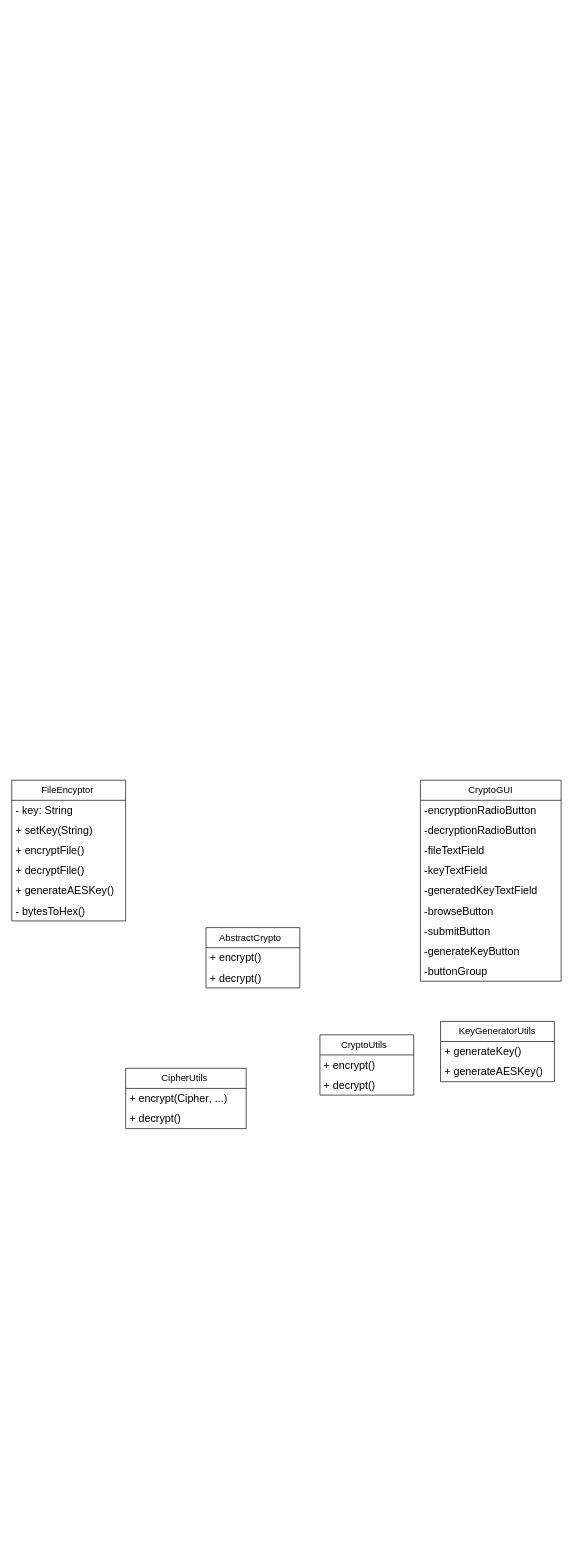
Before: Диаграмма без названия.drawio in 8u66le/Kursovaya_Crypto, a draw.io diagram. Source tidied: cells renumbered, new cells numbered last; positions are measured from the earlier drawing's top-left corner, leaving out a move shared by most shapes. Both pictures are drawn from the tidied source at 67%, with x=0, y=0 at pixel (11, 780).
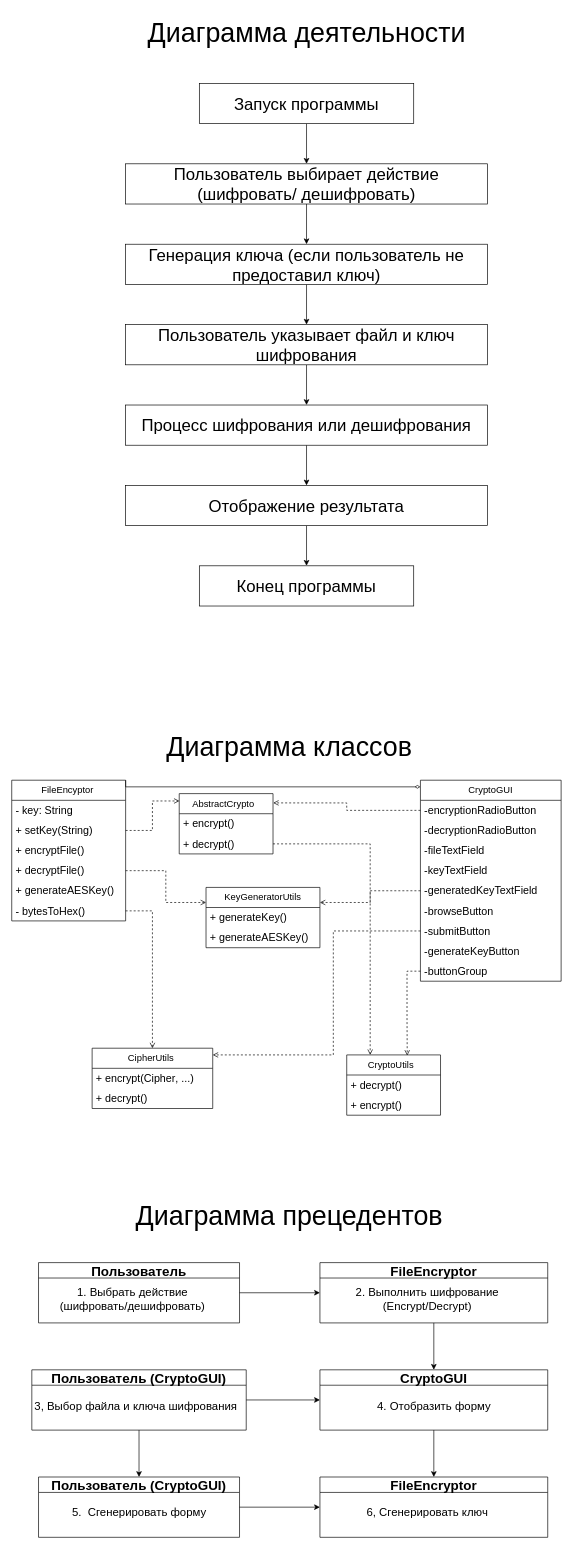
The same page after the edit.

Unchanged cells that the change refers to:
```xml
<mxCell id="2" value="&lt;font style=&quot;font-size: 14px;&quot;&gt;FileEncyptor&lt;/font&gt;" style="swimlane;fontStyle=0;horizontal=1;startSize=30;whiteSpace=wrap;html=1;spacingRight=3;" parent="1" vertex="1">
  <mxGeometry width="170" height="210" as="geometry" />
</mxCell>
<mxCell id="4" value="&lt;font style=&quot;font-size: 16px;&quot;&gt;+ &lt;span style=&quot;line-height: 106%; font-family: Calibri, sans-serif;&quot; lang=&quot;EN-US&quot;&gt;setKey&lt;/span&gt;&lt;span style=&quot;font-family: Calibri, sans-serif;&quot;&gt;(&lt;/span&gt;&lt;span style=&quot;line-height: 106%; font-family: Calibri, sans-serif;&quot; lang=&quot;EN-US&quot;&gt;String&lt;/span&gt;&lt;span style=&quot;font-family: Calibri, sans-serif;&quot;&gt;)&amp;nbsp;&amp;nbsp;&lt;/span&gt;&lt;/font&gt;" style="text;strokeColor=none;fillColor=none;align=left;verticalAlign=middle;spacingLeft=4;spacingRight=4;overflow=hidden;points=[[0,0.5],[1,0.5]];portConstraint=eastwest;whiteSpace=wrap;html=1;" parent="2" vertex="1">
  <mxGeometry y="60" width="170" height="30" as="geometry" />
</mxCell>
<mxCell id="6" value="&lt;font style=&quot;font-size: 16px;&quot;&gt;+ &lt;span style=&quot;line-height: 106%; font-family: Calibri, sans-serif;&quot; lang=&quot;EN-US&quot;&gt;decryptFile&lt;/span&gt;&lt;span style=&quot;font-family: Calibri, sans-serif;&quot;&gt;()&amp;nbsp; &amp;nbsp;&lt;/span&gt;&lt;/font&gt;" style="text;strokeColor=none;fillColor=none;align=left;verticalAlign=middle;spacingLeft=4;spacingRight=4;overflow=hidden;points=[[0,0.5],[1,0.5]];portConstraint=eastwest;whiteSpace=wrap;html=1;" parent="2" vertex="1">
  <mxGeometry y="120" width="170" height="30" as="geometry" />
</mxCell>
<mxCell id="8" value="&lt;font style=&quot;font-size: 16px;&quot;&gt;- &lt;span style=&quot;line-height: 106%; font-family: Calibri, sans-serif;&quot; lang=&quot;EN-US&quot;&gt;bytesToHex&lt;/span&gt;&lt;span style=&quot;font-family: Calibri, sans-serif;&quot;&gt;()&lt;/span&gt;&lt;/font&gt;" style="text;strokeColor=none;fillColor=none;align=left;verticalAlign=middle;spacingLeft=4;spacingRight=4;overflow=hidden;points=[[0,0.5],[1,0.5]];portConstraint=eastwest;whiteSpace=wrap;html=1;" parent="2" vertex="1">
  <mxGeometry y="180" width="170" height="30" as="geometry" />
</mxCell>
<mxCell id="15" value="&lt;font style=&quot;font-size: 14px;&quot;&gt;CryptoGUI&lt;/font&gt;" style="swimlane;fontStyle=0;horizontal=1;startSize=30;whiteSpace=wrap;html=1;" parent="1" vertex="1">
  <mxGeometry x="610" width="210" height="300" as="geometry" />
</mxCell>
<mxCell id="16" value="&lt;font style=&quot;font-size: 16px;&quot;&gt;-encryptionRadioButton&lt;/font&gt;" style="text;strokeColor=none;fillColor=none;align=left;verticalAlign=middle;spacingLeft=4;spacingRight=4;overflow=hidden;points=[[0,0.5],[1,0.5]];portConstraint=eastwest;whiteSpace=wrap;html=1;" parent="15" vertex="1">
  <mxGeometry y="30" width="210" height="30" as="geometry" />
</mxCell>
<mxCell id="20" value="&lt;font style=&quot;font-size: 16px;&quot;&gt;-generatedKeyTextField&lt;/font&gt;" style="text;strokeColor=none;fillColor=none;align=left;verticalAlign=middle;spacingLeft=4;spacingRight=4;overflow=hidden;points=[[0,0.5],[1,0.5]];portConstraint=eastwest;whiteSpace=wrap;html=1;" parent="15" vertex="1">
  <mxGeometry y="150" width="210" height="30" as="geometry" />
</mxCell>
<mxCell id="22" value="&lt;font style=&quot;font-size: 16px;&quot;&gt;-submitButton&lt;span style=&quot;line-height: 106%; font-family: Calibri, sans-serif;&quot;&gt;&amp;nbsp; &amp;nbsp; &amp;nbsp; &amp;nbsp; &amp;nbsp;&lt;/span&gt;&lt;/font&gt;" style="text;strokeColor=none;fillColor=none;align=left;verticalAlign=middle;spacingLeft=4;spacingRight=4;overflow=hidden;points=[[0,0.5],[1,0.5]];portConstraint=eastwest;whiteSpace=wrap;html=1;" parent="15" vertex="1">
  <mxGeometry y="210" width="210" height="30" as="geometry" />
</mxCell>
<mxCell id="24" value="&lt;font style=&quot;font-size: 16px;&quot;&gt;-buttonGroup&lt;span style=&quot;line-height: 106%; font-family: Calibri, sans-serif;&quot;&gt;&amp;nbsp; &amp;nbsp; &amp;nbsp; &amp;nbsp; &amp;nbsp;&amp;nbsp;&lt;/span&gt;&lt;/font&gt;" style="text;strokeColor=none;fillColor=none;align=left;verticalAlign=middle;spacingLeft=4;spacingRight=4;overflow=hidden;points=[[0,0.5],[1,0.5]];portConstraint=eastwest;whiteSpace=wrap;html=1;" parent="15" vertex="1">
  <mxGeometry y="270" width="210" height="30" as="geometry" />
</mxCell>
<mxCell id="27" value="&lt;font style=&quot;font-size: 16px;&quot;&gt;+ decrypt()&lt;/font&gt;" style="text;strokeColor=none;fillColor=none;align=left;verticalAlign=middle;spacingLeft=4;spacingRight=4;overflow=hidden;points=[[0,0.5],[1,0.5]];portConstraint=eastwest;whiteSpace=wrap;html=1;" parent="25" vertex="1">
  <mxGeometry y="60" width="140" height="30" as="geometry" />
</mxCell>
```

Change to the diagram source:
```diff
@@
     <mxCell id="9" value="&lt;font style=&quot;font-size: 14px;&quot;&gt;KeyGeneratorUtils   &lt;/font&gt;" style="swimlane;fontStyle=0;horizontal=1;startSize=30;whiteSpace=wrap;html=1;" parent="1" vertex="1">
-      <mxGeometry x="640" y="360" width="170" height="90" as="geometry" />
+      <mxGeometry x="290" y="160" width="170" height="90" as="geometry" />
     </mxCell>
@@
     <mxCell id="12" value="&lt;font style=&quot;font-size: 14px;&quot;&gt;CryptoUtils&amp;nbsp;&amp;nbsp;&lt;/font&gt;" style="swimlane;fontStyle=0;horizontal=1;startSize=30;whiteSpace=wrap;html=1;" parent="1" vertex="1">
-      <mxGeometry x="460" y="380" width="140" height="90" as="geometry" />
+      <mxGeometry x="500" y="410" width="140" height="90" as="geometry" />
     </mxCell>
+    <mxCell id="14" value="&lt;font style=&quot;font-size: 16px;&quot;&gt;+ decrypt()&lt;/font&gt;" style="text;strokeColor=none;fillColor=none;align=left;verticalAlign=middle;spacingLeft=4;spacingRight=4;overflow=hidden;whiteSpace=wrap;html=1;" parent="12" vertex="1">
+      <mxGeometry y="30" width="140" height="30" as="geometry" />
+    </mxCell>
     <mxCell id="13" value="&lt;font style=&quot;font-size: 16px;&quot;&gt;+&amp;nbsp;encrypt()&lt;/font&gt;" style="text;strokeColor=none;fillColor=none;align=left;verticalAlign=middle;spacingLeft=4;spacingRight=4;overflow=hidden;whiteSpace=wrap;html=1;" parent="12" vertex="1">
-      <mxGeometry y="30" width="140" height="30" as="geometry" />
+      <mxGeometry y="60" width="140" height="30" as="geometry" />
     </mxCell>
-    <mxCell id="14" value="&lt;font style=&quot;font-size: 16px;&quot;&gt;+ decrypt()&lt;/font&gt;" style="text;strokeColor=none;fillColor=none;align=left;verticalAlign=middle;spacingLeft=4;spacingRight=4;overflow=hidden;whiteSpace=wrap;html=1;" parent="12" vertex="1">
-      <mxGeometry y="60" width="140" height="30" as="geometry" />
-    </mxCell>
@@
     <mxCell id="25" value="&lt;font style=&quot;font-size: 14px;&quot;&gt;AbstractCrypto&amp;nbsp;&amp;nbsp;&lt;/font&gt;" style="swimlane;fontStyle=0;horizontal=1;startSize=30;whiteSpace=wrap;html=1;" parent="1" vertex="1">
-      <mxGeometry x="290" y="220" width="140" height="90" as="geometry" />
+      <mxGeometry x="250" y="20" width="140" height="90" as="geometry" />
     </mxCell>
@@
     <mxCell id="28" value="&lt;font style=&quot;font-size: 14px;&quot;&gt;CipherUtils&lt;span style=&quot;line-height: 106%; font-family: Calibri, sans-serif;&quot;&gt;&amp;nbsp;&lt;/span&gt;&lt;/font&gt;" style="swimlane;fontStyle=0;horizontal=1;startSize=30;whiteSpace=wrap;html=1;" parent="1" vertex="1">
-      <mxGeometry x="170" y="430" width="180" height="90" as="geometry" />
+      <mxGeometry x="120" y="400" width="180" height="90" as="geometry" />
     </mxCell>
@@
+    <mxCell id="31" style="edgeStyle=orthogonalEdgeStyle;rounded=0;jettySize=auto;html=1;exitX=1;exitY=0.5;exitDx=0;exitDy=0;entryX=0;entryY=0.25;entryDx=0;entryDy=0;dashed=1;endArrow=open;endFill=0;" parent="1" edge="1" source="6" target="9">
+      <mxGeometry relative="1" as="geometry" />
+    </mxCell>
+    <mxCell id="32" style="edgeStyle=orthogonalEdgeStyle;rounded=0;jettySize=auto;html=1;exitX=1;exitY=0.5;exitDx=0;exitDy=0;entryX=0.002;entryY=0.122;entryDx=0;entryDy=0;entryPerimeter=0;dashed=1;endArrow=open;endFill=0;" parent="1" edge="1" source="4" target="25">
+      <mxGeometry relative="1" as="geometry" />
+    </mxCell>
+    <mxCell id="33" style="edgeStyle=orthogonalEdgeStyle;rounded=0;jettySize=auto;html=1;exitX=0;exitY=0.5;exitDx=0;exitDy=0;entryX=1.002;entryY=0.154;entryDx=0;entryDy=0;entryPerimeter=0;dashed=1;endArrow=open;endFill=0;" parent="1" edge="1" source="16" target="25">
+      <mxGeometry relative="1" as="geometry" />
+    </mxCell>
+    <mxCell id="34" style="edgeStyle=orthogonalEdgeStyle;rounded=0;jettySize=auto;html=1;exitX=0;exitY=0.5;exitDx=0;exitDy=0;entryX=1;entryY=0.111;entryDx=0;entryDy=0;entryPerimeter=0;dashed=1;endArrow=open;endFill=0;" parent="1" edge="1" source="22" target="28">
+      <mxGeometry relative="1" as="geometry">
+        <Array as="points">
+          <mxPoint x="480" y="225" />
+          <mxPoint x="480" y="410" />
+        </Array>
+      </mxGeometry>
+    </mxCell>
+    <mxCell id="35" style="edgeStyle=orthogonalEdgeStyle;rounded=0;jettySize=auto;html=1;exitX=1;exitY=0.5;exitDx=0;exitDy=0;entryX=0.5;entryY=0;entryDx=0;entryDy=0;endArrow=open;endFill=0;dashed=1;" parent="1" edge="1" source="8" target="28">
+      <mxGeometry relative="1" as="geometry" />
+    </mxCell>
+    <mxCell id="36" style="edgeStyle=orthogonalEdgeStyle;rounded=0;jettySize=auto;html=1;exitX=0;exitY=0.5;exitDx=0;exitDy=0;entryX=0.645;entryY=0.011;entryDx=0;entryDy=0;entryPerimeter=0;endArrow=open;endFill=0;dashed=1;" parent="1" edge="1" source="24" target="12">
+      <mxGeometry relative="1" as="geometry" />
+    </mxCell>
+    <mxCell id="37" style="edgeStyle=orthogonalEdgeStyle;rounded=0;jettySize=auto;html=1;exitX=1;exitY=0.5;exitDx=0;exitDy=0;entryX=0.25;entryY=0;entryDx=0;entryDy=0;endArrow=open;endFill=0;dashed=1;" parent="1" edge="1" source="27" target="12">
+      <mxGeometry relative="1" as="geometry" />
+    </mxCell>
+    <mxCell id="38" style="edgeStyle=orthogonalEdgeStyle;rounded=0;jettySize=auto;html=1;exitX=0;exitY=0.5;exitDx=0;exitDy=0;entryX=1;entryY=0.25;entryDx=0;entryDy=0;endArrow=open;endFill=0;dashed=1;" parent="1" edge="1" source="20" target="9">
+      <mxGeometry relative="1" as="geometry" />
+    </mxCell>
+    <mxCell id="39" style="edgeStyle=orthogonalEdgeStyle;rounded=0;jettySize=auto;html=1;exitX=1;exitY=0;exitDx=0;exitDy=0;entryX=0;entryY=0.033;entryDx=0;entryDy=0;entryPerimeter=0;endArrow=diamondThin;endFill=0;" parent="1" edge="1" source="2" target="15">
+      <mxGeometry relative="1" as="geometry">
+        <Array as="points">
+          <mxPoint x="170" y="10" />
+        </Array>
+      </mxGeometry>
+    </mxCell>
+    <mxCell id="40" value="&lt;font style=&quot;font-size: 40px;&quot;&gt;Диаграмма классов&lt;/font&gt;" style="text;html=1;align=center;verticalAlign=middle;strokeColor=none;fillColor=none;" parent="1" vertex="1">
+      <mxGeometry x="219" y="-80" width="390" height="60" as="geometry" />
+    </mxCell>
+    <mxCell id="41" value="&lt;font style=&quot;font-size: 40px;&quot;&gt;Диаграмма деятельности&lt;/font&gt;" style="text;html=1;align=center;verticalAlign=middle;strokeColor=none;fillColor=none;" parent="1" vertex="1">
+      <mxGeometry x="190" y="-1147" width="500" height="60" as="geometry" />
+    </mxCell>
+    <mxCell id="42" style="edgeStyle=orthogonalEdgeStyle;rounded=0;jettySize=auto;html=1;exitX=0.5;exitY=1;exitDx=0;exitDy=0;entryX=0.5;entryY=0;entryDx=0;entryDy=0;" parent="1" edge="1" source="43" target="45">
+      <mxGeometry relative="1" as="geometry" />
+    </mxCell>
+    <mxCell id="43" value="&lt;font style=&quot;font-size: 25px;&quot;&gt;Запуск программы&lt;/font&gt;" style="rounded=0;whiteSpace=wrap;html=1;" parent="1" vertex="1">
+      <mxGeometry x="280" y="-1040" width="320" height="60" as="geometry" />
+    </mxCell>
+    <mxCell id="44" style="edgeStyle=orthogonalEdgeStyle;rounded=0;jettySize=auto;html=1;exitX=0.5;exitY=1;exitDx=0;exitDy=0;entryX=0.5;entryY=0;entryDx=0;entryDy=0;" parent="1" edge="1" source="45" target="47">
+      <mxGeometry relative="1" as="geometry" />
+    </mxCell>
+    <mxCell id="45" value="&lt;font style=&quot;font-size: 25px;&quot;&gt;Пользователь выбирает действие (шифровать/ дешифровать) &lt;/font&gt;" style="rounded=0;whiteSpace=wrap;html=1;" parent="1" vertex="1">
+      <mxGeometry x="170" y="-920" width="540" height="60" as="geometry" />
+    </mxCell>
+    <mxCell id="46" style="edgeStyle=orthogonalEdgeStyle;rounded=0;jettySize=auto;html=1;exitX=0.5;exitY=1;exitDx=0;exitDy=0;entryX=0.5;entryY=0;entryDx=0;entryDy=0;" parent="1" edge="1" source="47" target="49">
+      <mxGeometry relative="1" as="geometry" />
+    </mxCell>
+    <mxCell id="47" value="&lt;font style=&quot;font-size: 25px;&quot;&gt;Генерация ключа (если пользователь не предоставил ключ)&lt;/font&gt;" style="rounded=0;whiteSpace=wrap;html=1;" parent="1" vertex="1">
+      <mxGeometry x="170" y="-800" width="540" height="60" as="geometry" />
+    </mxCell>
+    <mxCell id="48" style="edgeStyle=orthogonalEdgeStyle;rounded=0;jettySize=auto;html=1;exitX=0.5;exitY=1;exitDx=0;exitDy=0;entryX=0.5;entryY=0;entryDx=0;entryDy=0;" parent="1" edge="1" source="49" target="51">
+      <mxGeometry relative="1" as="geometry" />
+    </mxCell>
+    <mxCell id="49" value="&lt;font style=&quot;font-size: 25px;&quot;&gt;Пользователь указывает&amp;nbsp;файл и ключ шифрования&lt;/font&gt;" style="rounded=0;whiteSpace=wrap;html=1;" parent="1" vertex="1">
+      <mxGeometry x="170" y="-680" width="540" height="60" as="geometry" />
+    </mxCell>
+    <mxCell id="50" style="edgeStyle=orthogonalEdgeStyle;rounded=0;jettySize=auto;html=1;exitX=0.5;exitY=1;exitDx=0;exitDy=0;entryX=0.5;entryY=0;entryDx=0;entryDy=0;" parent="1" edge="1" source="51" target="53">
+      <mxGeometry relative="1" as="geometry" />
+    </mxCell>
+    <mxCell id="51" value="&lt;font style=&quot;font-size: 25px;&quot;&gt;Процесс шифрования&amp;nbsp;или дешифрования&lt;/font&gt;" style="rounded=0;whiteSpace=wrap;html=1;" parent="1" vertex="1">
+      <mxGeometry x="170" y="-560" width="540" height="60" as="geometry" />
+    </mxCell>
+    <mxCell id="52" style="edgeStyle=orthogonalEdgeStyle;rounded=0;jettySize=auto;html=1;exitX=0.5;exitY=1;exitDx=0;exitDy=0;entryX=0.5;entryY=0;entryDx=0;entryDy=0;" parent="1" edge="1" source="53" target="54">
+      <mxGeometry relative="1" as="geometry" />
+    </mxCell>
+    <mxCell id="53" value="&lt;font style=&quot;font-size: 25px;&quot;&gt;Отображение результата&lt;/font&gt;" style="rounded=0;whiteSpace=wrap;html=1;" parent="1" vertex="1">
+      <mxGeometry x="170" y="-440" width="540" height="60" as="geometry" />
+    </mxCell>
+    <mxCell id="54" value="&lt;font style=&quot;font-size: 25px;&quot;&gt;Конец программы&lt;/font&gt;" style="rounded=0;whiteSpace=wrap;html=1;" parent="1" vertex="1">
+      <mxGeometry x="280" y="-320" width="320" height="60" as="geometry" />
+    </mxCell>
+    <mxCell id="55" value="&lt;font style=&quot;font-size: 40px;&quot;&gt;Диаграмма прецедентов&lt;/font&gt;" style="text;html=1;align=center;verticalAlign=middle;strokeColor=none;fillColor=none;" parent="1" vertex="1">
+      <mxGeometry x="174" y="620" width="480" height="60" as="geometry" />
+    </mxCell>
+    <mxCell id="56" style="edgeStyle=orthogonalEdgeStyle;rounded=0;jettySize=auto;html=1;exitX=1;exitY=0.5;exitDx=0;exitDy=0;entryX=0;entryY=0.5;entryDx=0;entryDy=0;" parent="1" edge="1" source="57" target="67">
+      <mxGeometry relative="1" as="geometry" />
+    </mxCell>
+    <mxCell id="57" value="&lt;font style=&quot;font-size: 20px;&quot;&gt;Пользователь&lt;/font&gt;" style="swimlane;whiteSpace=wrap;html=1;startSize=23;" parent="1" vertex="1">
+      <mxGeometry x="40" y="720" width="300" height="90" as="geometry" />
+    </mxCell>
+    <mxCell id="58" value="&lt;font style=&quot;font-size: 17px;&quot;&gt;1. Выбрать действие &lt;br&gt;(шифровать/дешифровать)&lt;/font&gt;" style="text;html=1;align=center;verticalAlign=middle;strokeColor=none;fillColor=none;" parent="57" vertex="1">
+      <mxGeometry x="20" y="30" width="240" height="50" as="geometry" />
+    </mxCell>
+    <mxCell id="59" style="edgeStyle=orthogonalEdgeStyle;rounded=0;jettySize=auto;html=1;exitX=1;exitY=0.5;exitDx=0;exitDy=0;entryX=0;entryY=0.5;entryDx=0;entryDy=0;" parent="1" edge="1" source="61" target="70">
+      <mxGeometry relative="1" as="geometry" />
+    </mxCell>
+    <mxCell id="60" style="edgeStyle=orthogonalEdgeStyle;rounded=0;jettySize=auto;html=1;exitX=0.5;exitY=1;exitDx=0;exitDy=0;entryX=0.5;entryY=0;entryDx=0;entryDy=0;" parent="1" edge="1" source="61" target="64">
+      <mxGeometry relative="1" as="geometry" />
+    </mxCell>
+    <mxCell id="61" value="&lt;font style=&quot;font-size: 20px;&quot;&gt;Пользователь (CryptoGUI)&lt;/font&gt;" style="swimlane;whiteSpace=wrap;html=1;" parent="1" vertex="1">
+      <mxGeometry x="30" y="880" width="320" height="90" as="geometry" />
+    </mxCell>
+    <mxCell id="62" value="&lt;font style=&quot;font-size: 17px;&quot;&gt;3, Выбор файла и ключа шифрования&lt;/font&gt;" style="text;html=1;align=center;verticalAlign=middle;strokeColor=none;fillColor=none;" parent="61" vertex="1">
+      <mxGeometry x="-10" y="40" width="330" height="30" as="geometry" />
+    </mxCell>
+    <mxCell id="63" style="edgeStyle=orthogonalEdgeStyle;rounded=0;jettySize=auto;html=1;exitX=1;exitY=0.5;exitDx=0;exitDy=0;entryX=0;entryY=0.5;entryDx=0;entryDy=0;" parent="1" edge="1" source="64" target="72">
+      <mxGeometry relative="1" as="geometry" />
+    </mxCell>
+    <mxCell id="64" value="&lt;font style=&quot;font-size: 20px;&quot;&gt;Пользователь (CryptoGUI)&lt;/font&gt;" style="swimlane;whiteSpace=wrap;html=1;" parent="1" vertex="1">
+      <mxGeometry x="40" y="1040" width="300" height="90" as="geometry" />
+    </mxCell>
+    <mxCell id="65" value="&lt;font style=&quot;font-size: 17px;&quot;&gt;5.&amp;nbsp; Сгенерировать форму&lt;/font&gt;" style="text;html=1;align=center;verticalAlign=middle;strokeColor=none;fillColor=none;" parent="64" vertex="1">
+      <mxGeometry x="40" y="38" width="220" height="30" as="geometry" />
+    </mxCell>
+    <mxCell id="66" style="edgeStyle=orthogonalEdgeStyle;rounded=0;jettySize=auto;html=1;exitX=0.5;exitY=1;exitDx=0;exitDy=0;entryX=0.5;entryY=0;entryDx=0;entryDy=0;" parent="1" edge="1" source="67" target="70">
+      <mxGeometry relative="1" as="geometry" />
+    </mxCell>
+    <mxCell id="67" value="&lt;font style=&quot;font-size: 20px;&quot;&gt;FileEncryptor&lt;/font&gt;" style="swimlane;whiteSpace=wrap;html=1;" parent="1" vertex="1">
+      <mxGeometry x="460" y="720" width="340" height="90" as="geometry" />
+    </mxCell>
+    <mxCell id="68" value="&lt;font style=&quot;font-size: 17px;&quot;&gt;2. Выполнить шифрование&lt;br&gt;(Encrypt/Decrypt)&lt;/font&gt;" style="text;html=1;align=center;verticalAlign=middle;strokeColor=none;fillColor=none;" parent="67" vertex="1">
+      <mxGeometry x="40" y="30" width="240" height="50" as="geometry" />
+    </mxCell>
+    <mxCell id="69" style="edgeStyle=orthogonalEdgeStyle;rounded=0;jettySize=auto;html=1;exitX=0.5;exitY=1;exitDx=0;exitDy=0;entryX=0.5;entryY=0;entryDx=0;entryDy=0;" parent="1" edge="1" source="70" target="72">
+      <mxGeometry relative="1" as="geometry" />
+    </mxCell>
+    <mxCell id="70" value="&lt;font style=&quot;font-size: 20px;&quot;&gt;CryptoGUI&lt;/font&gt;" style="swimlane;whiteSpace=wrap;html=1;" parent="1" vertex="1">
+      <mxGeometry x="460" y="880" width="340" height="90" as="geometry" />
+    </mxCell>
+    <mxCell id="71" value="&lt;font style=&quot;font-size: 17px;&quot;&gt;4. Отобразить форму&lt;/font&gt;" style="text;html=1;align=center;verticalAlign=middle;strokeColor=none;fillColor=none;" parent="70" vertex="1">
+      <mxGeometry x="75" y="40" width="190" height="30" as="geometry" />
+    </mxCell>
+    <mxCell id="72" value="&lt;font style=&quot;font-size: 20px;&quot;&gt;FileEncryptor&lt;/font&gt;" style="swimlane;whiteSpace=wrap;html=1;" parent="1" vertex="1">
+      <mxGeometry x="460" y="1040" width="340" height="90" as="geometry" />
+    </mxCell>
+    <mxCell id="73" value="&lt;font style=&quot;font-size: 17px;&quot;&gt;6, Сгенерировать ключ&lt;/font&gt;" style="text;html=1;align=center;verticalAlign=middle;strokeColor=none;fillColor=none;" parent="72" vertex="1">
+      <mxGeometry x="60" y="38" width="200" height="30" as="geometry" />
+    </mxCell>
```
